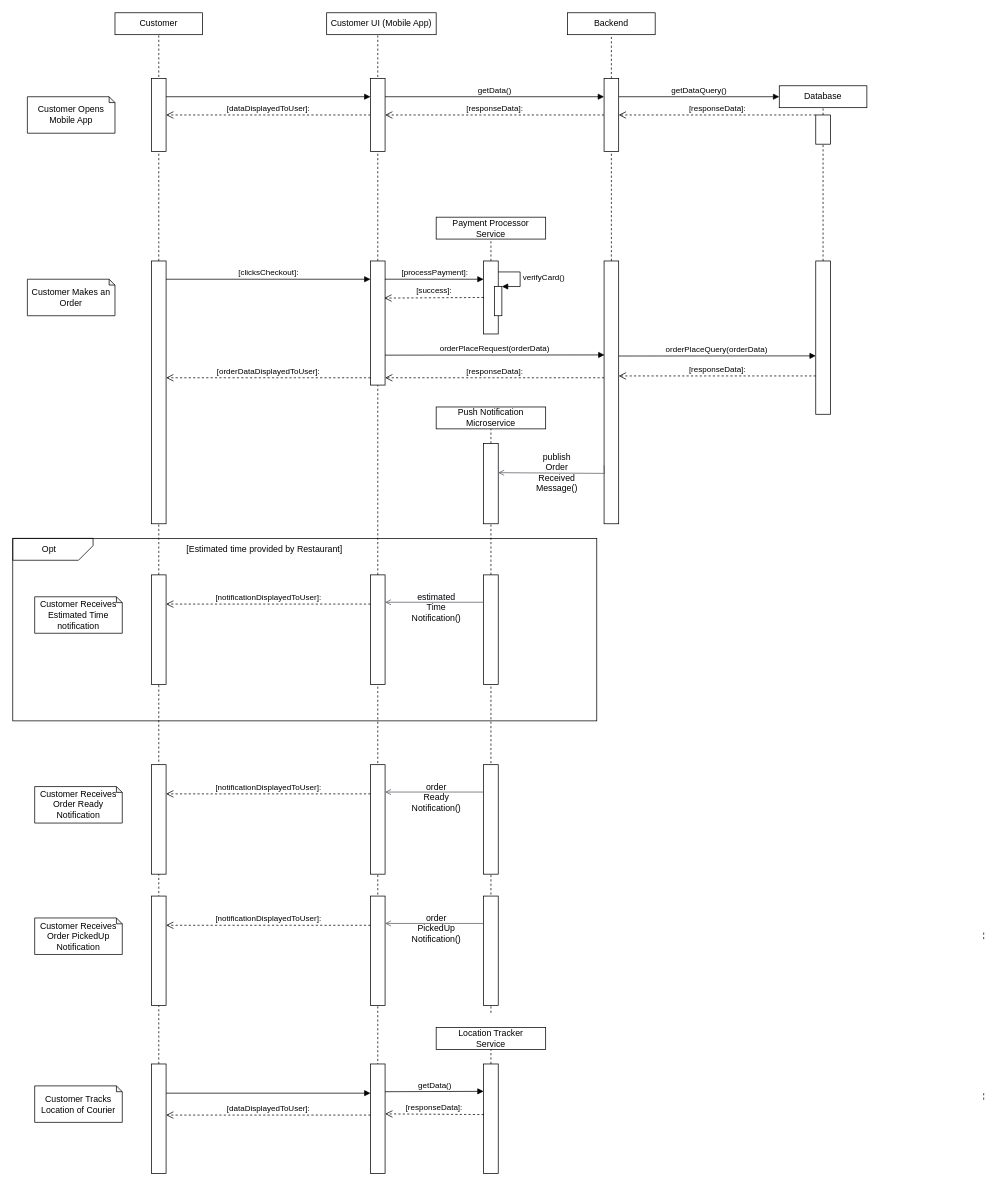
The draw.io diagram CustomerSequenceDiagram.drawio in jahan19011noor/university_project, before the edit. Source tidied: cells renumbered, new cells numbered last; positions are measured from the earlier drawing's top-left corner, leaving out a move shared by most shapes. Both pictures are drawn from the tidied source at 73%, with x=0, y=0 at pixel (12, 12).
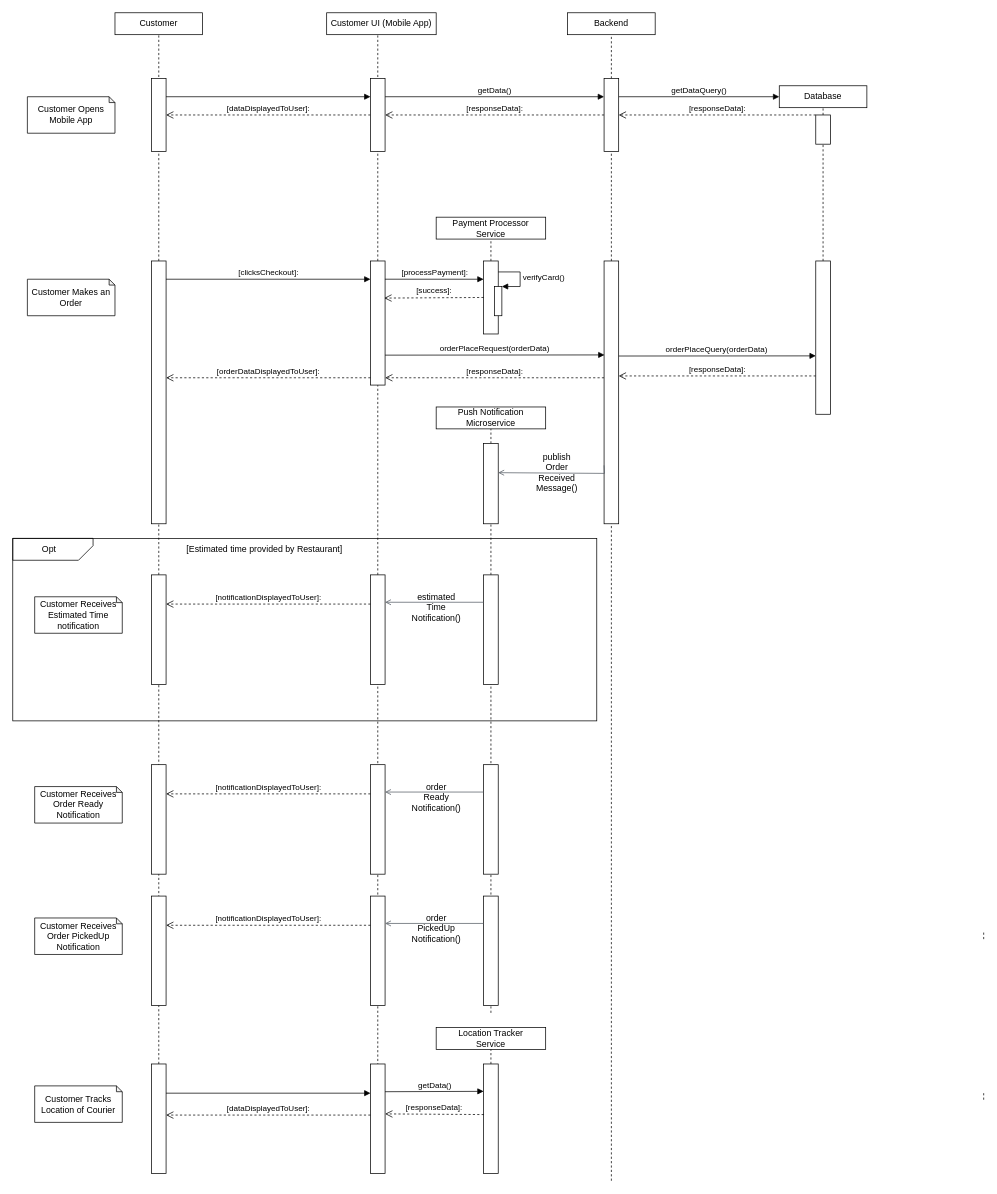
The same diagram, later.

What changed in the source:
```diff
@@
+    <mxCell id="95" style="endArrow=none;dashed=1;html=1;rounded=0;entryX=0.5;entryY=1;entryDx=0;entryDy=0;startArrow=none;" parent="1" edge="1">
+      <mxGeometry relative="1" as="geometry">
+        <mxPoint x="820" y="1600" as="sourcePoint" />
+        <mxPoint x="820" y="550" as="targetPoint" />
+      </mxGeometry>
+    </mxCell>
```
